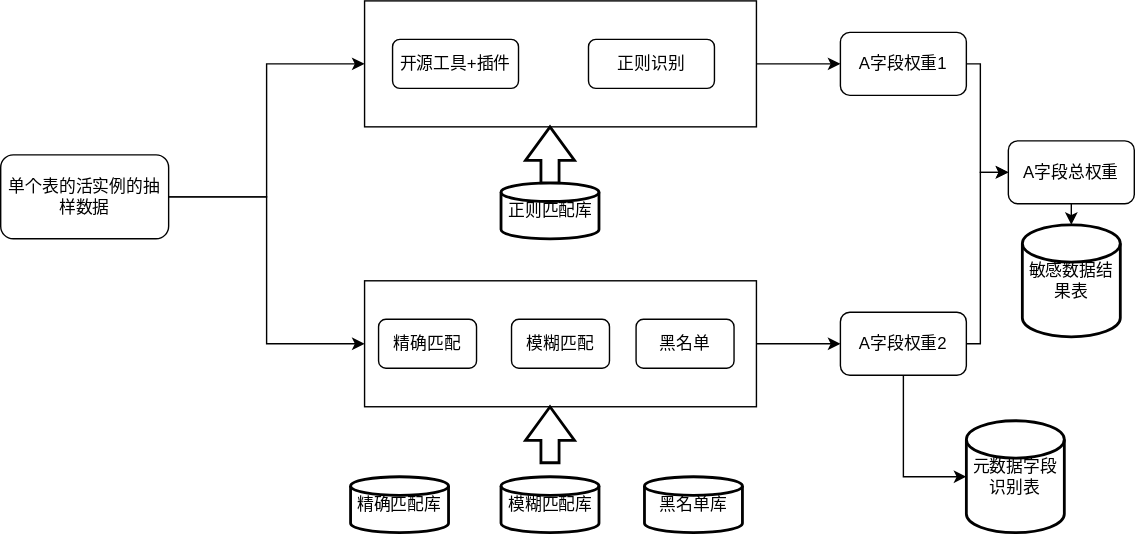
Before: Untitled Diagram.drawio.svg, a diagram exported from draw.io (HuangMingwang/diagrams). Source tidied: cells renumbered, new cells last; positions are measured from the earlier drawing's top-left corner, leaving out a move shared by most shapes.
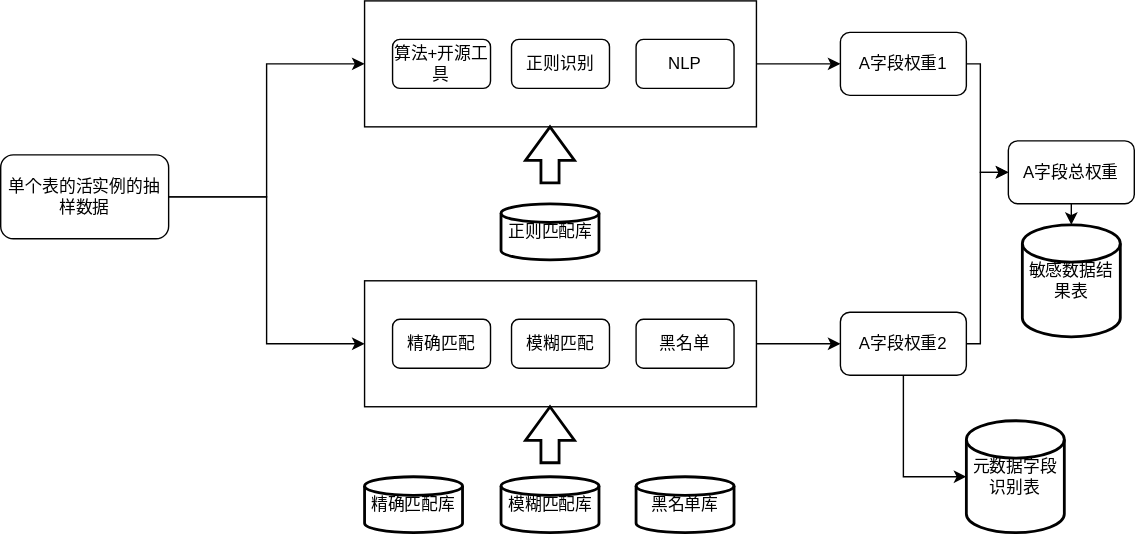
The same file after the commit.

Diff of the diagram source:
```diff
@@ -28,14 +28,8 @@
     <mxCell id="8" style="rounded=0;whiteSpace=wrap;html=1;" parent="1" vertex="1">
       <mxGeometry x="260" y="200" width="280" height="90" as="geometry" />
     </mxCell>
-    <mxCell id="9" value="开源工具+插件" style="rounded=1;whiteSpace=wrap;html=1;" parent="1" vertex="1">
-      <mxGeometry x="280" y="27.5" width="90" height="35" as="geometry" />
-    </mxCell>
-    <mxCell id="10" value="正则识别" style="rounded=1;whiteSpace=wrap;html=1;" parent="1" vertex="1">
-      <mxGeometry x="420" y="27.5" width="90" height="35" as="geometry" />
-    </mxCell>
     <mxCell id="11" value="精确匹配" style="rounded=1;whiteSpace=wrap;html=1;" parent="1" vertex="1">
-      <mxGeometry x="270" y="227.5" width="70" height="35" as="geometry" />
+      <mxGeometry x="280" y="227.5" width="70" height="35" as="geometry" />
     </mxCell>
     <mxCell id="12" value="模糊匹配" style="rounded=1;whiteSpace=wrap;html=1;" parent="1" vertex="1">
       <mxGeometry x="365" y="227.5" width="70" height="35" as="geometry" />
@@ -44,16 +38,16 @@
       <mxGeometry x="454" y="227.5" width="70" height="35" as="geometry" />
     </mxCell>
     <mxCell id="14" value="黑名单库" style="strokeWidth=2;html=1;shape=mxgraph.flowchart.database;whiteSpace=wrap;" parent="1" vertex="1">
-      <mxGeometry x="460" y="340" width="70" height="40" as="geometry" />
+      <mxGeometry x="454" y="340" width="70" height="40" as="geometry" />
     </mxCell>
     <mxCell id="15" value="正则匹配库" style="strokeWidth=2;html=1;shape=mxgraph.flowchart.database;whiteSpace=wrap;" parent="1" vertex="1">
-      <mxGeometry x="357.5" y="130" width="70" height="40" as="geometry" />
+      <mxGeometry x="357.5" y="145" width="70" height="40" as="geometry" />
     </mxCell>
     <mxCell id="16" value="模糊匹配库" style="strokeWidth=2;html=1;shape=mxgraph.flowchart.database;whiteSpace=wrap;" parent="1" vertex="1">
       <mxGeometry x="357.5" y="340" width="70" height="40" as="geometry" />
     </mxCell>
     <mxCell id="17" value="精确匹配库" style="strokeWidth=2;html=1;shape=mxgraph.flowchart.database;whiteSpace=wrap;" parent="1" vertex="1">
-      <mxGeometry x="250" y="340" width="70" height="40" as="geometry" />
+      <mxGeometry x="260" y="340" width="70" height="40" as="geometry" />
     </mxCell>
     <mxCell id="18" style="verticalLabelPosition=bottom;verticalAlign=top;html=1;strokeWidth=2;shape=mxgraph.arrows2.arrow;dy=0.63;dx=24;notch=0;direction=north;" parent="1" vertex="1">
       <mxGeometry x="375" y="90" width="35" height="40" as="geometry" />
@@ -98,5 +92,14 @@
     <mxCell id="28" value="敏感数据结果表" style="strokeWidth=2;html=1;shape=mxgraph.flowchart.database;whiteSpace=wrap;" parent="1" vertex="1">
       <mxGeometry x="730" y="160" width="70" height="80" as="geometry" />
     </mxCell>
+    <mxCell id="29" value="NLP" style="rounded=1;whiteSpace=wrap;html=1;" parent="1" vertex="1">
+      <mxGeometry x="454" y="27.5" width="70" height="35" as="geometry" />
+    </mxCell>
+    <mxCell id="10" value="正则识别" style="rounded=1;whiteSpace=wrap;html=1;" parent="1" vertex="1">
+      <mxGeometry x="365" y="27.5" width="70" height="35" as="geometry" />
+    </mxCell>
+    <mxCell id="30" value="算法+开源工具" style="rounded=1;whiteSpace=wrap;html=1;" parent="1" vertex="1">
+      <mxGeometry x="280" y="27.5" width="70" height="35" as="geometry" />
+    </mxCell>
   </root>
 </mxGraphModel>
```
